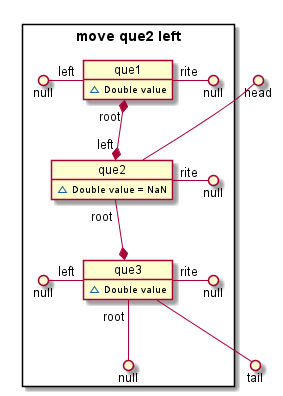
Earlier version of the PlantUML export src/docs/UML/reorderScheme/static/_03_queue.png (vitalispopoff/calculator). Source of this version:
```plantuml
@startuml

package "move que2 left" <<Rectangle>>{

    object que1{
        ~ Double value
    }
        null ()- "left" que1
        que1 "rite" -() null

    object que2{
        ~ Double value = NaN
    }
        que2 "rite" -() null

    object que3{
        ~ Double value
    }
        null ()- "left" que3
        que3 "rite" -() null
        que3 "root" --() null

    que1 "root" *--* "left" que2
    que2 "root" --*  que3

}
     head ()-- que2
     que3 --() tail
@enduml
```
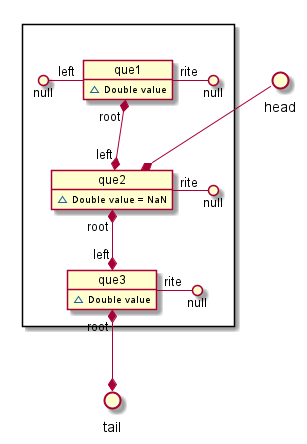
Above is the later version.

What changed in the source:
```diff
@@ -1,29 +1,31 @@
 @startuml
 
-package "move que2 left" <<Rectangle>>{
+() head
+() tail
+
+package " " <<Rectangle>>{
+
+    head --* que2
 
     object que1{
         ~ Double value
     }
         null ()- "left" que1
         que1 "rite" -() null
+        que1 "root" *--* "left" que2
 
     object que2{
         ~ Double value = NaN
     }
         que2 "rite" -() null
+        que2 "root" *--*  "left" que3
 
     object que3{
         ~ Double value
     }
-        null ()- "left" que3
         que3 "rite" -() null
-        que3 "root" --() null
-
-    que1 "root" *--* "left" que2
-    que2 "root" --*  que3
+        que3 "root" *--* tail
 
 }
-     head ()-- que2
-     que3 --() tail
+
 @enduml
```
